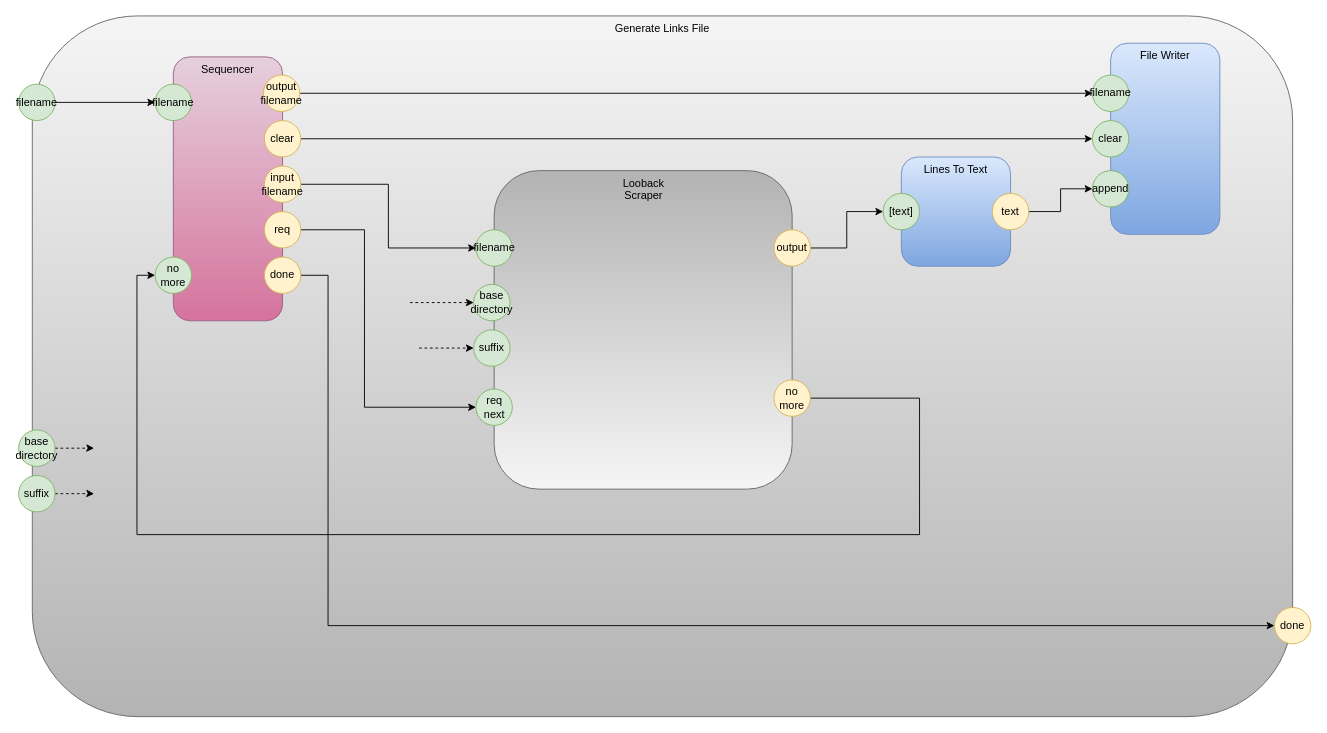
guitarvydas/pypm keeps this draw.io diagram as page "Generate Links File" (6 of 7) of pm-copy.drawio. Above is the earlier version. Source tidied: cells renumbered, new cells numbered last; positions are measured from the earlier drawing's top-left corner, leaving out a move shared by most shapes. Both pictures are drawn from the tidied source at 91%, with x=0, y=0 at pixel (18, 15).
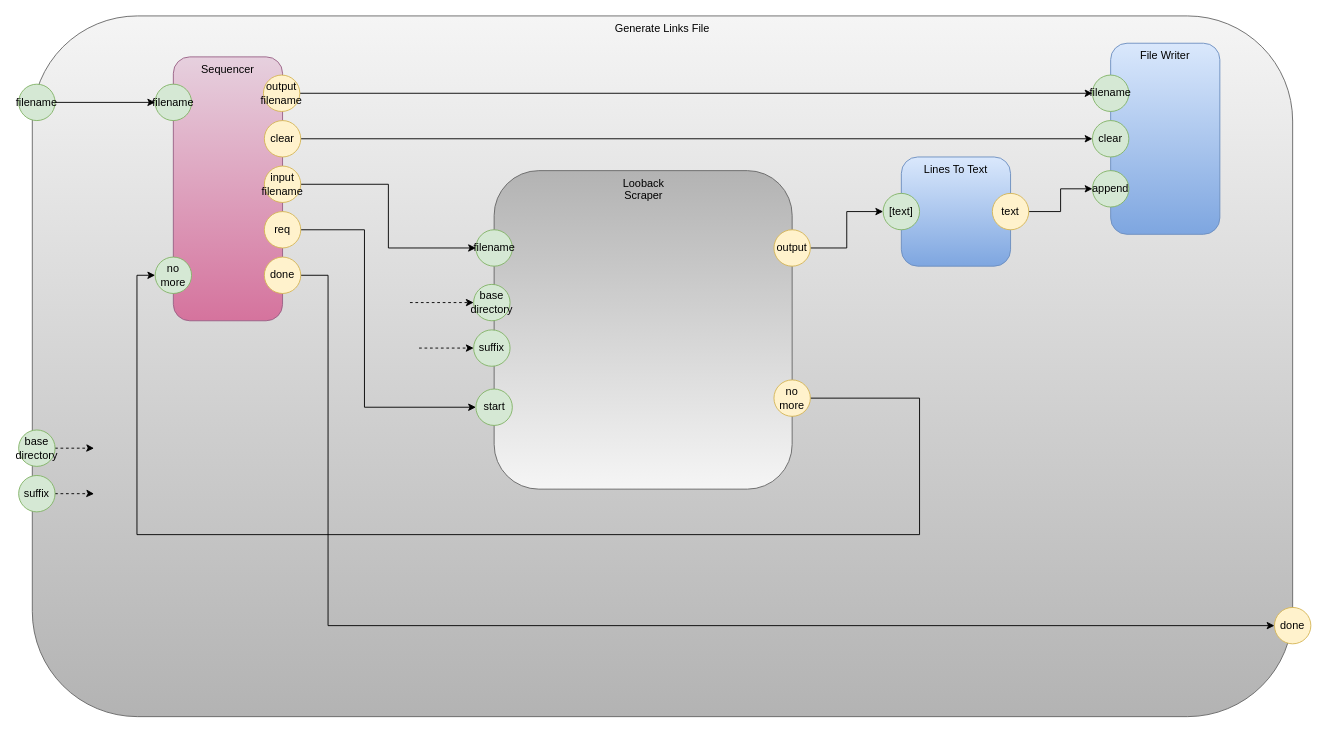
The same diagram, later.

What changed in the source:
```diff
@@
-    <mxCell id="35" value="req next" style="ellipse;whiteSpace=wrap;html=1;fillColor=#d5e8d4;strokeColor=#82b366;" parent="1" vertex="1">
+    <mxCell id="35" value="start" style="ellipse;whiteSpace=wrap;html=1;fillColor=#d5e8d4;strokeColor=#82b366;" parent="1" vertex="1">
       <mxGeometry x="502.5" y="410" width="40" height="40" as="geometry" />
     </mxCell>
```
